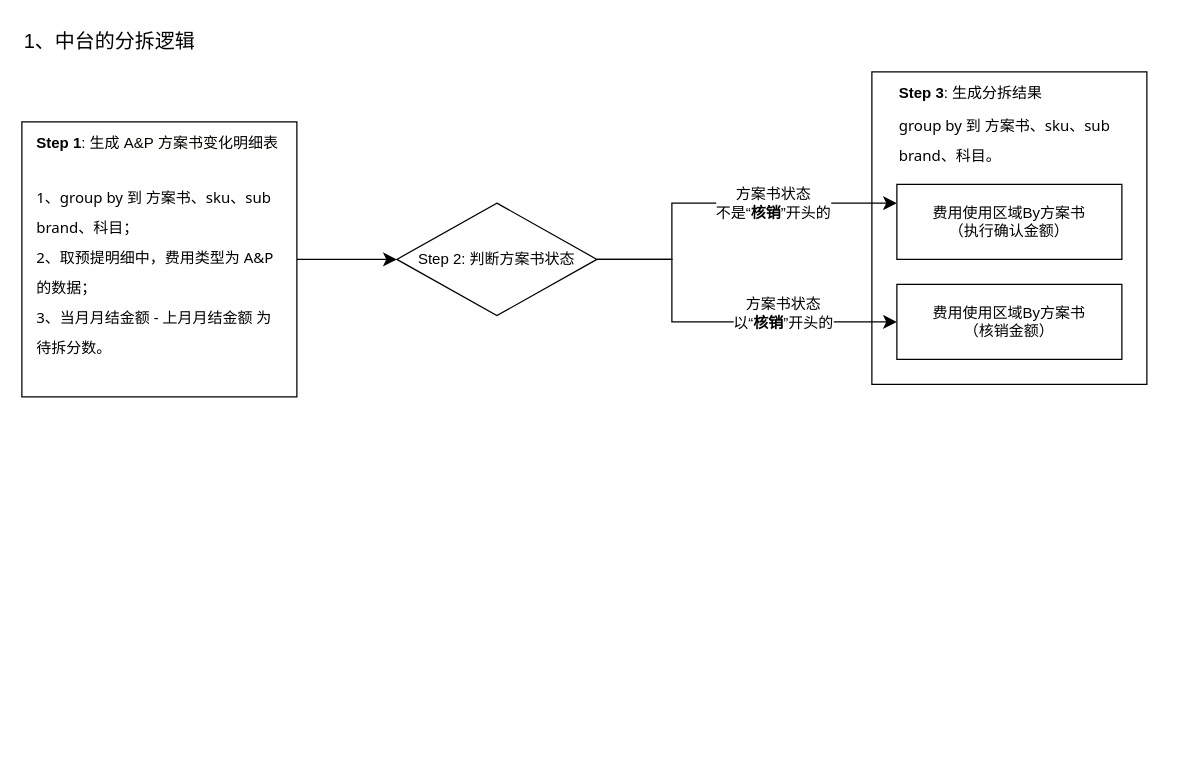
This is a_p_split_discussion.drawio from fsJerryChan/fsJerryChan, a draw.io file, before an edit. Source tidied: cells renumbered, new cells numbered last; positions are measured from the earlier drawing's top-left corner, leaving out a move shared by most shapes. Both pictures are drawn from the tidied source at 125%, with x=0, y=0 at pixel (21, 21).
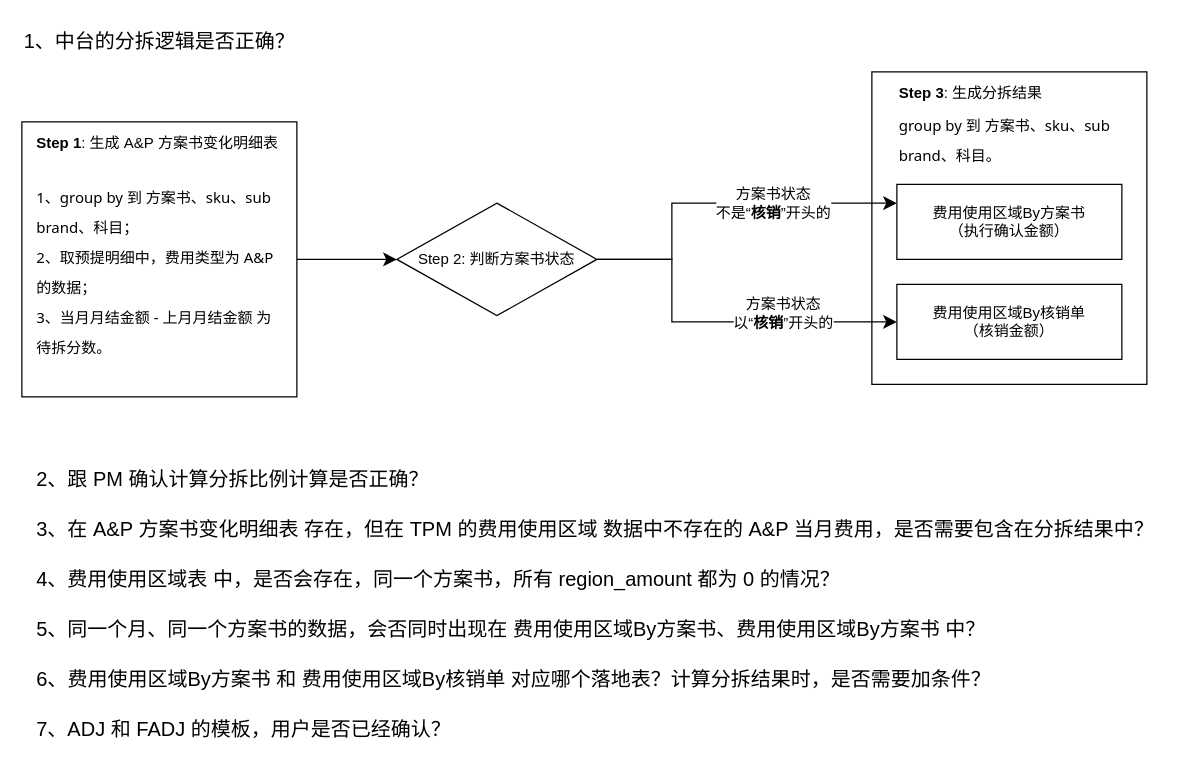
The same page after the edit.

The edit, as a diff of the source:
```diff
@@
-    <mxCell id="12" value="费用使用区域By方案书&lt;div&gt;（核销金额）&lt;/div&gt;" style="rounded=0;whiteSpace=wrap;html=1;" parent="1" vertex="1">
+    <mxCell id="12" value="费用使用区域By核销单&lt;div&gt;（核销金额）&lt;/div&gt;" style="rounded=0;whiteSpace=wrap;html=1;" parent="1" vertex="1">
       <mxGeometry x="700" y="210" width="180" height="60" as="geometry" />
     </mxCell>
@@
-    <mxCell id="15" value="1、中台的分拆逻辑" style="text;strokeColor=none;fillColor=none;html=1;align=left;verticalAlign=middle;whiteSpace=wrap;rounded=0;fontSize=16;" parent="1" vertex="1">
-      <mxGeometry width="320" height="30" as="geometry" />
+    <mxCell id="15" value="1、中台的分拆逻辑是否正确？" style="text;strokeColor=none;fillColor=none;html=1;align=left;verticalAlign=middle;whiteSpace=wrap;rounded=0;fontSize=16;" parent="1" vertex="1">
+      <mxGeometry width="270" height="30" as="geometry" />
     </mxCell>
@@
+    <mxCell id="17" value="&lt;div style=&quot;line-height: 250%;&quot;&gt;&lt;div&gt;&lt;font&gt;2、跟 PM 确认计算分拆比例计算是否正确？&lt;/font&gt;&lt;/div&gt;&lt;div&gt;&lt;font&gt;3、在&amp;nbsp;&lt;span style=&quot;white-space: pre; background-color: rgb(255, 255, 254);&quot;&gt;A&amp;amp;P&amp;nbsp;方案书变化明细表 存在，但在 TPM 的费用使用区域 数据中不存在的 A&amp;amp;P 当月费用，是否需要包含在分拆结果中？&lt;/span&gt;&lt;/font&gt;&lt;div&gt;&lt;font&gt;&lt;span style=&quot;white-space: pre;&quot;&gt;&lt;span style=&quot;white-space: normal;&quot;&gt;4、费用使用区域表 中，是否会存在，同一个方案书，所有 region_amount 都为 0 的情况？&lt;/span&gt;&lt;/span&gt;&lt;/font&gt;&lt;/div&gt;&lt;div&gt;&lt;font&gt;&lt;span style=&quot;white-space: pre;&quot;&gt;&lt;span style=&quot;white-space: normal;&quot;&gt;5、同一个月、同一个方案书的数据，会否同时出现在&lt;font&gt;&amp;nbsp;&lt;/font&gt;&lt;/span&gt;&lt;/span&gt;&lt;/font&gt;&lt;font&gt;&lt;span style=&quot;text-align: center; text-wrap-mode: wrap; background-color: transparent; color: light-dark(rgb(0, 0, 0), rgb(255, 255, 255));&quot;&gt;费用使用区域By方案书、&lt;/span&gt;&lt;span style=&quot;text-align: center; text-wrap-mode: wrap; background-color: transparent; color: light-dark(rgb(0, 0, 0), rgb(255, 255, 255));&quot;&gt;费用使用区域By方案书 中？&lt;/span&gt;&lt;/font&gt;&lt;/div&gt;&lt;/div&gt;&lt;div&gt;&lt;font&gt;&lt;span style=&quot;text-align: center; text-wrap-mode: wrap; background-color: transparent; color: light-dark(rgb(0, 0, 0), rgb(255, 255, 255));&quot;&gt;6、&lt;/span&gt;&lt;/font&gt;&lt;font&gt;&lt;span style=&quot;text-align: center; background-color: transparent; color: light-dark(rgb(0, 0, 0), rgb(255, 255, 255));&quot;&gt;费用使用区域By方案书 和&amp;nbsp;&lt;/span&gt;&lt;span style=&quot;text-align: center; background-color: transparent; color: light-dark(rgb(0, 0, 0), rgb(255, 255, 255));&quot;&gt;费用使用区域By核销单 对应哪个落地表？计算分拆结果时，是否需要加条件？&lt;/span&gt;&lt;/font&gt;&lt;/div&gt;&lt;div&gt;&lt;font&gt;&lt;span style=&quot;text-align: center; background-color: transparent; color: light-dark(rgb(0, 0, 0), rgb(255, 255, 255));&quot;&gt;7、ADJ 和 FADJ 的模板，用户是否已经确认？&lt;/span&gt;&lt;/font&gt;&lt;/div&gt;&lt;/div&gt;" style="text;strokeColor=none;fillColor=none;html=1;align=left;verticalAlign=top;rounded=0;fontSize=16;whiteSpace=wrap;" parent="1" vertex="1">
+      <mxGeometry x="10" y="340" width="910" height="250" as="geometry" />
+    </mxCell>
```
